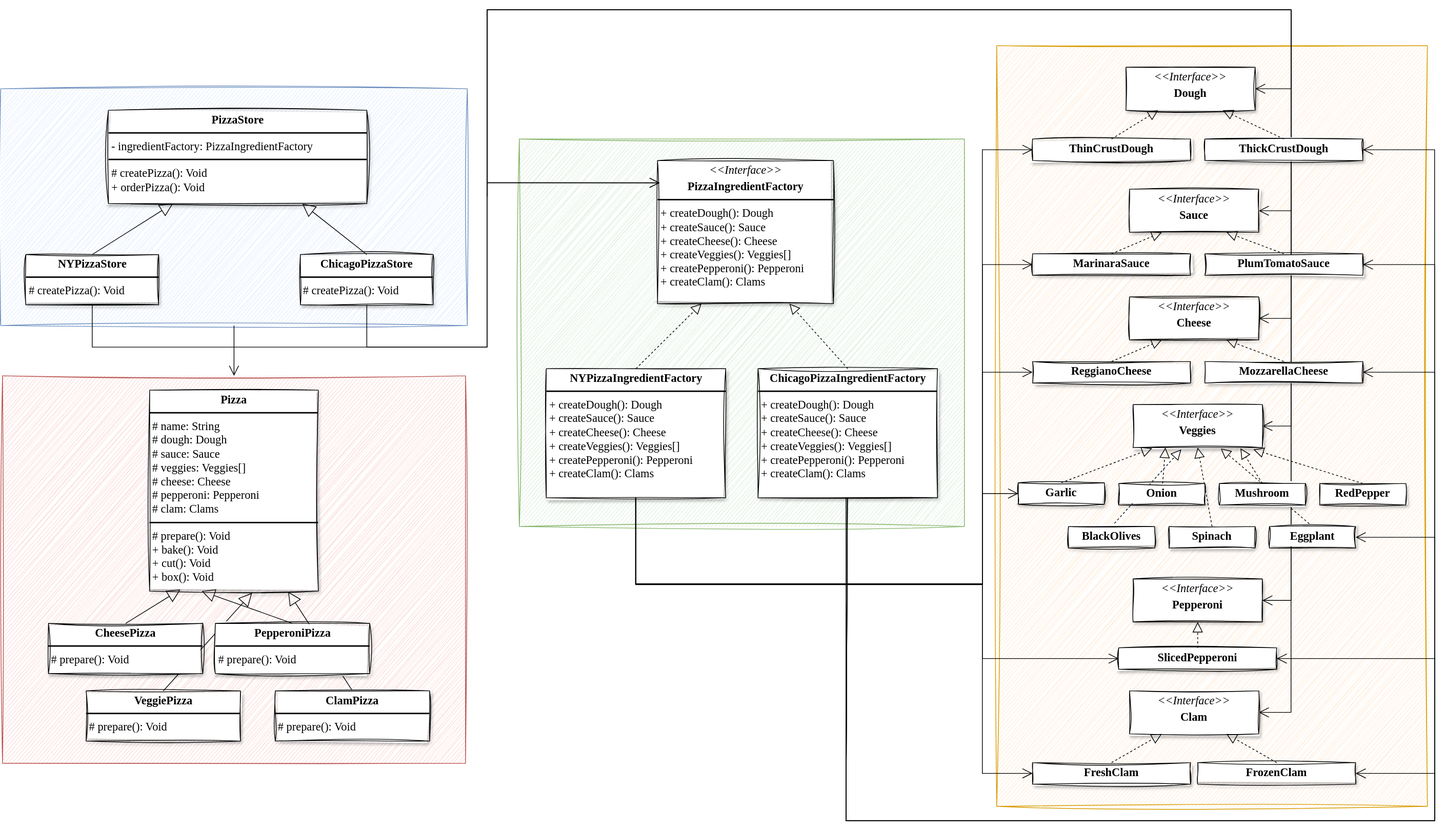
Above: img/factory_pattern.svg in sxy2002/DesignPatterns (draw.io), before the change. Source tidied: cells renumbered, new cells last; positions are measured from the earlier drawing's top-left corner, leaving out a move shared by most shapes.
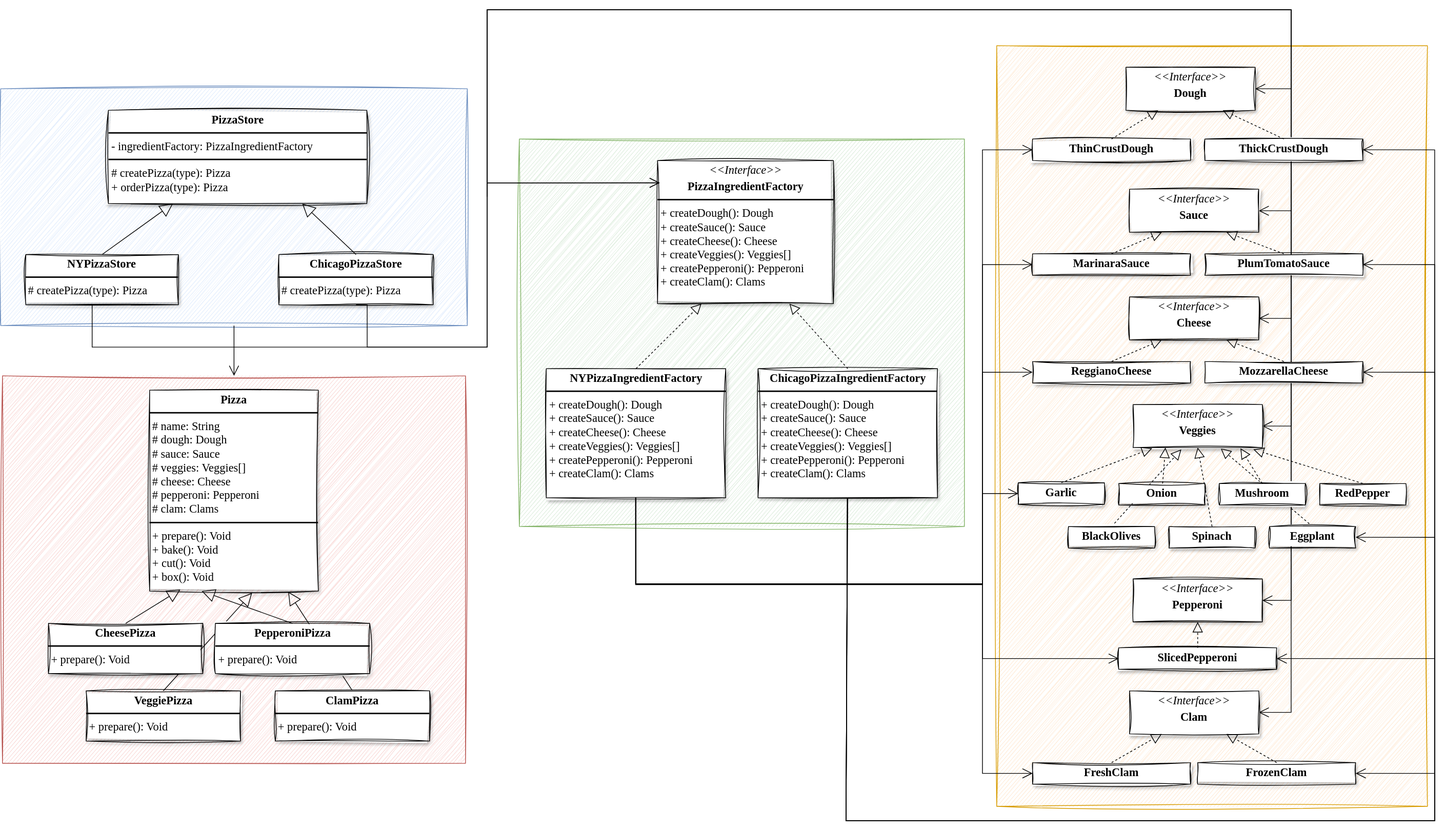
After the commit.

The edit, as a diff of the source:
```diff
@@ -85,25 +85,25 @@
     <mxCell id="17" style="endArrow=block;endSize=16;endFill=0;html=1;rounded=0;entryX=0.182;entryY=0.992;entryDx=0;entryDy=0;exitX=0.5;exitY=0;exitDx=0;exitDy=0;entryPerimeter=0;" parent="1" edge="1" source="20" target="21">
       <mxGeometry relative="1" as="geometry" />
     </mxCell>
-    <mxCell id="18" value="&lt;p style=&quot;margin: 4px 0px 0px; text-align: center; font-size: 16px;&quot;&gt;&lt;b&gt;ChicagoPizzaStore&lt;/b&gt;&lt;/p&gt;&lt;hr style=&quot;border-style: solid; font-size: 16px;&quot;&gt;&lt;p style=&quot;margin: 0px 0px 0px 4px; font-size: 16px;&quot;&gt;&lt;span style=&quot;background-color: initial;&quot;&gt;# createPizza(): Void&lt;/span&gt;&lt;/p&gt;" style="verticalAlign=top;align=left;overflow=fill;html=1;textShadow=0;sketch=1;curveFitting=1;jiggle=2;fontFamily=Comic Sans MS;fontSize=16;shadow=1;" parent="1" vertex="1">
-      <mxGeometry x="418" y="341" width="185" height="70" as="geometry" />
+    <mxCell id="18" value="&lt;p style=&quot;margin: 4px 0px 0px; text-align: center; font-size: 16px;&quot;&gt;&lt;b&gt;ChicagoPizzaStore&lt;/b&gt;&lt;/p&gt;&lt;hr style=&quot;border-style: solid; font-size: 16px;&quot;&gt;&lt;p style=&quot;margin: 0px 0px 0px 4px; font-size: 16px;&quot;&gt;&lt;span style=&quot;background-color: initial;&quot;&gt;# createPizza(type): Pizza&lt;/span&gt;&lt;/p&gt;" style="verticalAlign=top;align=left;overflow=fill;html=1;textShadow=0;sketch=1;curveFitting=1;jiggle=2;fontFamily=Comic Sans MS;fontSize=16;shadow=1;" parent="1" vertex="1">
+      <mxGeometry x="388" y="341" width="215" height="70" as="geometry" />
     </mxCell>
-    <mxCell id="19" value="&lt;p style=&quot;margin: 4px 0px 0px; text-align: center; font-size: 16px;&quot;&gt;&lt;b&gt;NYPizzaStore&lt;/b&gt;&lt;/p&gt;&lt;hr style=&quot;border-style: solid; font-size: 16px;&quot;&gt;&lt;p style=&quot;margin: 0px 0px 0px 4px; font-size: 16px;&quot;&gt;&lt;span style=&quot;background-color: initial;&quot;&gt;# createPizza(): Void&lt;/span&gt;&lt;/p&gt;" style="verticalAlign=top;align=left;overflow=fill;html=1;textShadow=0;sketch=1;curveFitting=1;jiggle=2;fontFamily=Comic Sans MS;fontSize=16;shadow=1;" parent="1" vertex="1">
-      <mxGeometry x="35.5" y="341" width="185" height="70" as="geometry" />
+    <mxCell id="19" value="&lt;p style=&quot;margin: 4px 0px 0px; text-align: center; font-size: 16px;&quot;&gt;&lt;b&gt;NYPizzaStore&lt;/b&gt;&lt;/p&gt;&lt;hr style=&quot;border-style: solid; font-size: 16px;&quot;&gt;&lt;p style=&quot;margin: 0px 0px 0px 4px; font-size: 16px;&quot;&gt;&lt;span style=&quot;background-color: initial;&quot;&gt;# createPizza(type): Pizza&lt;/span&gt;&lt;/p&gt;" style="verticalAlign=top;align=left;overflow=fill;html=1;textShadow=0;sketch=1;curveFitting=1;jiggle=2;fontFamily=Comic Sans MS;fontSize=16;shadow=1;" parent="1" vertex="1">
+      <mxGeometry x="35.5" y="341" width="212.5" height="70" as="geometry" />
     </mxCell>
-    <mxCell id="20" value="&lt;p style=&quot;margin: 4px 0px 0px; text-align: center; font-size: 16px;&quot;&gt;&lt;b&gt;CheesePizza&lt;/b&gt;&lt;/p&gt;&lt;hr style=&quot;border-style: solid; font-size: 16px;&quot;&gt;&lt;p style=&quot;margin: 0px 0px 0px 4px; font-size: 16px;&quot;&gt;# prepare(): Void&lt;/p&gt;" style="verticalAlign=top;align=left;overflow=fill;html=1;textShadow=0;sketch=1;curveFitting=1;jiggle=2;fontFamily=Comic Sans MS;fontSize=16;shadow=1;" parent="1" vertex="1">
+    <mxCell id="20" value="&lt;p style=&quot;margin: 4px 0px 0px; text-align: center; font-size: 16px;&quot;&gt;&lt;b&gt;CheesePizza&lt;/b&gt;&lt;/p&gt;&lt;hr style=&quot;border-style: solid; font-size: 16px;&quot;&gt;&lt;p style=&quot;margin: 0px 0px 0px 4px; font-size: 16px;&quot;&gt;+ prepare(): Void&lt;/p&gt;" style="verticalAlign=top;align=left;overflow=fill;html=1;textShadow=0;sketch=1;curveFitting=1;jiggle=2;fontFamily=Comic Sans MS;fontSize=16;shadow=1;" parent="1" vertex="1">
       <mxGeometry x="67" y="855" width="215" height="70" as="geometry" />
     </mxCell>
-    <mxCell id="21" value="&lt;p style=&quot;margin: 4px 0px 0px; text-align: center; font-size: 16px;&quot;&gt;&lt;b style=&quot;font-size: 16px;&quot;&gt;Pizza&lt;/b&gt;&lt;/p&gt;&lt;hr style=&quot;border-style: solid; font-size: 16px;&quot;&gt;&lt;p style=&quot;margin: 0px 0px 0px 4px; font-size: 16px;&quot;&gt;# name: String&lt;/p&gt;&lt;p style=&quot;margin: 0px 0px 0px 4px; font-size: 16px;&quot;&gt;# dough: Dough&lt;/p&gt;&lt;p style=&quot;margin: 0px 0px 0px 4px; font-size: 16px;&quot;&gt;# sauce: Sauce&lt;/p&gt;&lt;p style=&quot;margin: 0px 0px 0px 4px; font-size: 16px;&quot;&gt;# veggies: Veggies[]&lt;/p&gt;&lt;p style=&quot;margin: 0px 0px 0px 4px; font-size: 16px;&quot;&gt;# cheese: Cheese&lt;/p&gt;&lt;p style=&quot;margin: 0px 0px 0px 4px; font-size: 16px;&quot;&gt;# pepperoni: Pepperoni&lt;/p&gt;&lt;p style=&quot;margin: 0px 0px 0px 4px; font-size: 16px;&quot;&gt;# clam: Clams&lt;/p&gt;&lt;hr style=&quot;border-style: solid; font-size: 16px;&quot;&gt;&lt;p style=&quot;margin: 0px 0px 0px 4px; font-size: 16px;&quot;&gt;# prepare(): Void&lt;/p&gt;&lt;p style=&quot;margin: 0px 0px 0px 4px; font-size: 16px;&quot;&gt;+ bake(): Void&lt;/p&gt;&lt;p style=&quot;margin: 0px 0px 0px 4px; font-size: 16px;&quot;&gt;+ cut(): Void&lt;/p&gt;&lt;p style=&quot;margin: 0px 0px 0px 4px; font-size: 16px;&quot;&gt;+ box(): Void&lt;/p&gt;" style="verticalAlign=top;align=left;overflow=fill;html=1;textShadow=0;sketch=1;curveFitting=1;jiggle=2;fontFamily=Comic Sans MS;fontSize=16;shadow=1;" parent="1" vertex="1">
+    <mxCell id="21" value="&lt;p style=&quot;margin: 4px 0px 0px; text-align: center; font-size: 16px;&quot;&gt;&lt;b style=&quot;font-size: 16px;&quot;&gt;Pizza&lt;/b&gt;&lt;/p&gt;&lt;hr style=&quot;border-style: solid; font-size: 16px;&quot;&gt;&lt;p style=&quot;margin: 0px 0px 0px 4px; font-size: 16px;&quot;&gt;# name: String&lt;/p&gt;&lt;p style=&quot;margin: 0px 0px 0px 4px; font-size: 16px;&quot;&gt;# dough: Dough&lt;/p&gt;&lt;p style=&quot;margin: 0px 0px 0px 4px; font-size: 16px;&quot;&gt;# sauce: Sauce&lt;/p&gt;&lt;p style=&quot;margin: 0px 0px 0px 4px; font-size: 16px;&quot;&gt;# veggies: Veggies[]&lt;/p&gt;&lt;p style=&quot;margin: 0px 0px 0px 4px; font-size: 16px;&quot;&gt;# cheese: Cheese&lt;/p&gt;&lt;p style=&quot;margin: 0px 0px 0px 4px; font-size: 16px;&quot;&gt;# pepperoni: Pepperoni&lt;/p&gt;&lt;p style=&quot;margin: 0px 0px 0px 4px; font-size: 16px;&quot;&gt;# clam: Clams&lt;/p&gt;&lt;hr style=&quot;border-style: solid; font-size: 16px;&quot;&gt;&lt;p style=&quot;margin: 0px 0px 0px 4px; font-size: 16px;&quot;&gt;+ prepare(): Void&lt;/p&gt;&lt;p style=&quot;margin: 0px 0px 0px 4px; font-size: 16px;&quot;&gt;+ bake(): Void&lt;/p&gt;&lt;p style=&quot;margin: 0px 0px 0px 4px; font-size: 16px;&quot;&gt;+ cut(): Void&lt;/p&gt;&lt;p style=&quot;margin: 0px 0px 0px 4px; font-size: 16px;&quot;&gt;+ box(): Void&lt;/p&gt;" style="verticalAlign=top;align=left;overflow=fill;html=1;textShadow=0;sketch=1;curveFitting=1;jiggle=2;fontFamily=Comic Sans MS;fontSize=16;shadow=1;" parent="1" vertex="1">
       <mxGeometry x="208" y="530" width="235" height="280" as="geometry" />
     </mxCell>
-    <mxCell id="22" value="&lt;p style=&quot;margin: 4px 0px 0px; text-align: center; font-size: 16px;&quot;&gt;&lt;b&gt;PepperoniPizza&lt;/b&gt;&lt;/p&gt;&lt;hr style=&quot;border-style: solid; font-size: 16px;&quot;&gt;&lt;p style=&quot;margin: 0px 0px 0px 4px; font-size: 16px;&quot;&gt;# prepare(): Void&lt;/p&gt;" style="verticalAlign=top;align=left;overflow=fill;html=1;textShadow=0;sketch=1;curveFitting=1;jiggle=2;fontFamily=Comic Sans MS;fontSize=16;shadow=1;" parent="1" vertex="1">
+    <mxCell id="22" value="&lt;p style=&quot;margin: 4px 0px 0px; text-align: center; font-size: 16px;&quot;&gt;&lt;b&gt;PepperoniPizza&lt;/b&gt;&lt;/p&gt;&lt;hr style=&quot;border-style: solid; font-size: 16px;&quot;&gt;&lt;p style=&quot;margin: 0px 0px 0px 4px; font-size: 16px;&quot;&gt;+ prepare(): Void&lt;/p&gt;" style="verticalAlign=top;align=left;overflow=fill;html=1;textShadow=0;sketch=1;curveFitting=1;jiggle=2;fontFamily=Comic Sans MS;fontSize=16;shadow=1;" parent="1" vertex="1">
       <mxGeometry x="299.5" y="855" width="215" height="70" as="geometry" />
     </mxCell>
-    <mxCell id="23" value="&lt;p style=&quot;margin: 4px 0px 0px; text-align: center; font-size: 16px;&quot;&gt;&lt;b&gt;ClamPizza&lt;/b&gt;&lt;/p&gt;&lt;hr style=&quot;border-style: solid; font-size: 16px;&quot;&gt;&lt;p style=&quot;margin: 0px 0px 0px 4px; font-size: 16px;&quot;&gt;# prepare(): Void&lt;/p&gt;" style="verticalAlign=top;align=left;overflow=fill;html=1;textShadow=0;sketch=1;curveFitting=1;jiggle=2;fontFamily=Comic Sans MS;fontSize=16;shadow=1;" parent="1" vertex="1">
+    <mxCell id="23" value="&lt;p style=&quot;margin: 4px 0px 0px; text-align: center; font-size: 16px;&quot;&gt;&lt;b&gt;ClamPizza&lt;/b&gt;&lt;/p&gt;&lt;hr style=&quot;border-style: solid; font-size: 16px;&quot;&gt;&lt;p style=&quot;margin: 0px 0px 0px 4px; font-size: 16px;&quot;&gt;+ prepare(): Void&lt;/p&gt;" style="verticalAlign=top;align=left;overflow=fill;html=1;textShadow=0;sketch=1;curveFitting=1;jiggle=2;fontFamily=Comic Sans MS;fontSize=16;shadow=1;" parent="1" vertex="1">
       <mxGeometry x="383" y="949" width="215" height="70" as="geometry" />
     </mxCell>
-    <mxCell id="24" value="&lt;p style=&quot;margin: 4px 0px 0px; text-align: center; font-size: 16px;&quot;&gt;&lt;b&gt;VeggiePizza&lt;/b&gt;&lt;/p&gt;&lt;hr style=&quot;border-style: solid; font-size: 16px;&quot;&gt;&lt;p style=&quot;margin: 0px 0px 0px 4px; font-size: 16px;&quot;&gt;# prepare(): Void&lt;/p&gt;" style="verticalAlign=top;align=left;overflow=fill;html=1;textShadow=0;sketch=1;curveFitting=1;jiggle=2;fontFamily=Comic Sans MS;fontSize=16;shadow=1;" parent="1" vertex="1">
+    <mxCell id="24" value="&lt;p style=&quot;margin: 4px 0px 0px; text-align: center; font-size: 16px;&quot;&gt;&lt;b&gt;VeggiePizza&lt;/b&gt;&lt;/p&gt;&lt;hr style=&quot;border-style: solid; font-size: 16px;&quot;&gt;&lt;p style=&quot;margin: 0px 0px 0px 4px; font-size: 16px;&quot;&gt;+ prepare(): Void&lt;/p&gt;" style="verticalAlign=top;align=left;overflow=fill;html=1;textShadow=0;sketch=1;curveFitting=1;jiggle=2;fontFamily=Comic Sans MS;fontSize=16;shadow=1;" parent="1" vertex="1">
       <mxGeometry x="119.5" y="949" width="215" height="70" as="geometry" />
     </mxCell>
     <mxCell id="25" style="endArrow=open;endFill=1;endSize=12;html=1;rounded=0;entryX=0.5;entryY=0;entryDx=0;entryDy=0;exitX=0.5;exitY=1;exitDx=0;exitDy=0;" parent="1" edge="1" source="14" target="11">
@@ -172,7 +172,7 @@
     <mxCell id="46" value="&lt;p style=&quot;margin: 4px 0px 0px; text-align: center; font-size: 16px;&quot;&gt;&lt;b&gt;RedPepper&lt;/b&gt;&lt;/p&gt;" style="verticalAlign=top;align=left;overflow=fill;html=1;textShadow=0;sketch=1;curveFitting=1;jiggle=2;fontFamily=Comic Sans MS;fontSize=16;shadow=1;" parent="1" vertex="1">
       <mxGeometry x="1838" y="660" width="120" height="30" as="geometry" />
     </mxCell>
-    <mxCell id="47" value="&lt;p style=&quot;margin: 4px 0px 0px; text-align: center; font-size: 16px;&quot;&gt;&lt;b&gt;PizzaStore&lt;/b&gt;&lt;/p&gt;&lt;hr style=&quot;border-style: solid; font-size: 16px;&quot;&gt;&lt;p style=&quot;margin: 0px 0px 0px 4px; font-size: 16px;&quot;&gt;- ingredientFactory: PizzaI&lt;span style=&quot;background-color: initial;&quot;&gt;ngredientFactory&lt;/span&gt;&lt;/p&gt;&lt;hr style=&quot;border-style: solid; font-size: 16px;&quot;&gt;&lt;p style=&quot;margin: 0px 0px 0px 4px;&quot;&gt;&lt;span style=&quot;background-color: initial;&quot;&gt;# createPizza(): Void&lt;/span&gt;&lt;br&gt;&lt;/p&gt;&lt;p style=&quot;margin: 0px 0px 0px 4px;&quot;&gt;&lt;span style=&quot;background-color: initial;&quot;&gt;+ orderPizza(): Void&lt;/span&gt;&lt;/p&gt;" style="verticalAlign=top;align=left;overflow=fill;html=1;textShadow=0;sketch=1;curveFitting=1;jiggle=2;fontFamily=Comic Sans MS;fontSize=16;shadow=1;" parent="1" vertex="1">
+    <mxCell id="47" value="&lt;p style=&quot;margin: 4px 0px 0px; text-align: center; font-size: 16px;&quot;&gt;&lt;b&gt;PizzaStore&lt;/b&gt;&lt;/p&gt;&lt;hr style=&quot;border-style: solid; font-size: 16px;&quot;&gt;&lt;p style=&quot;margin: 0px 0px 0px 4px; font-size: 16px;&quot;&gt;- ingredientFactory: PizzaI&lt;span style=&quot;background-color: initial;&quot;&gt;ngredientFactory&lt;/span&gt;&lt;/p&gt;&lt;hr style=&quot;border-style: solid; font-size: 16px;&quot;&gt;&lt;p style=&quot;margin: 0px 0px 0px 4px;&quot;&gt;&lt;span style=&quot;background-color: initial;&quot;&gt;# createPizza(type): Pizza&lt;/span&gt;&lt;br&gt;&lt;/p&gt;&lt;p style=&quot;margin: 0px 0px 0px 4px;&quot;&gt;&lt;span style=&quot;background-color: initial;&quot;&gt;+ orderPizza(type): Pizza&lt;/span&gt;&lt;/p&gt;" style="verticalAlign=top;align=left;overflow=fill;html=1;textShadow=0;sketch=1;curveFitting=1;jiggle=2;fontFamily=Comic Sans MS;fontSize=16;shadow=1;" parent="1" vertex="1">
       <mxGeometry x="150.5" y="140" width="360" height="130" as="geometry" />
     </mxCell>
     <mxCell id="48" value="&lt;p style=&quot;margin: 4px 0px 0px; text-align: center; font-size: 16px;&quot;&gt;&lt;b&gt;PlumTomatoSauce&lt;/b&gt;&lt;/p&gt;" style="verticalAlign=top;align=left;overflow=fill;html=1;textShadow=0;sketch=1;curveFitting=1;jiggle=2;fontFamily=Comic Sans MS;fontSize=16;shadow=1;" parent="1" vertex="1">
```
